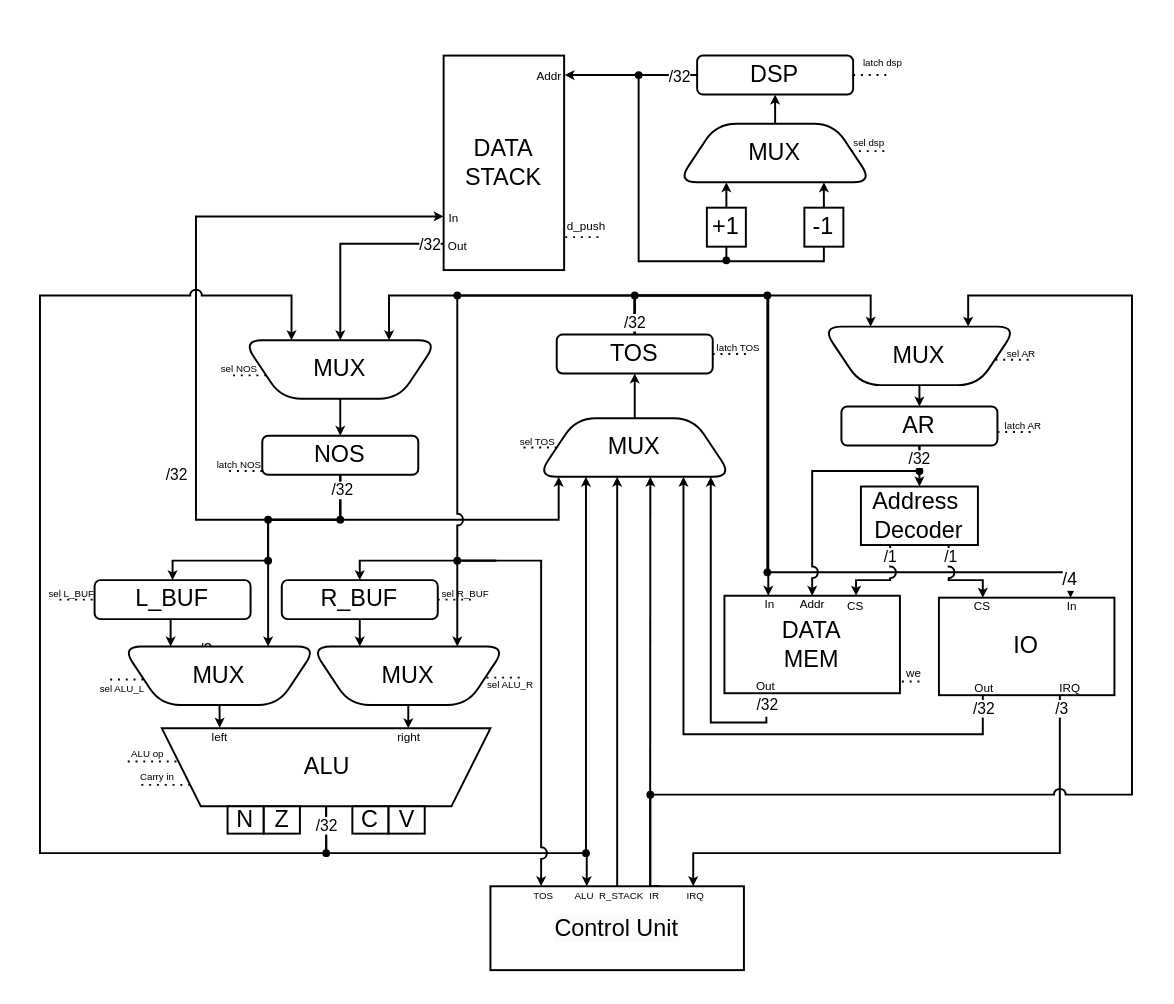
lysmux/csa-ak-4 keeps this draw.io diagram as page "DataPath" (2 of 2) of docs/scheme/scheme.drawio. Above is the earlier version. Source tidied: cells renumbered, new cells numbered last; positions are measured from the earlier drawing's top-left corner, leaving out a move shared by most shapes. Both pictures are drawn from the tidied source at 195%, with x=0, y=0 at pixel (39, 33).
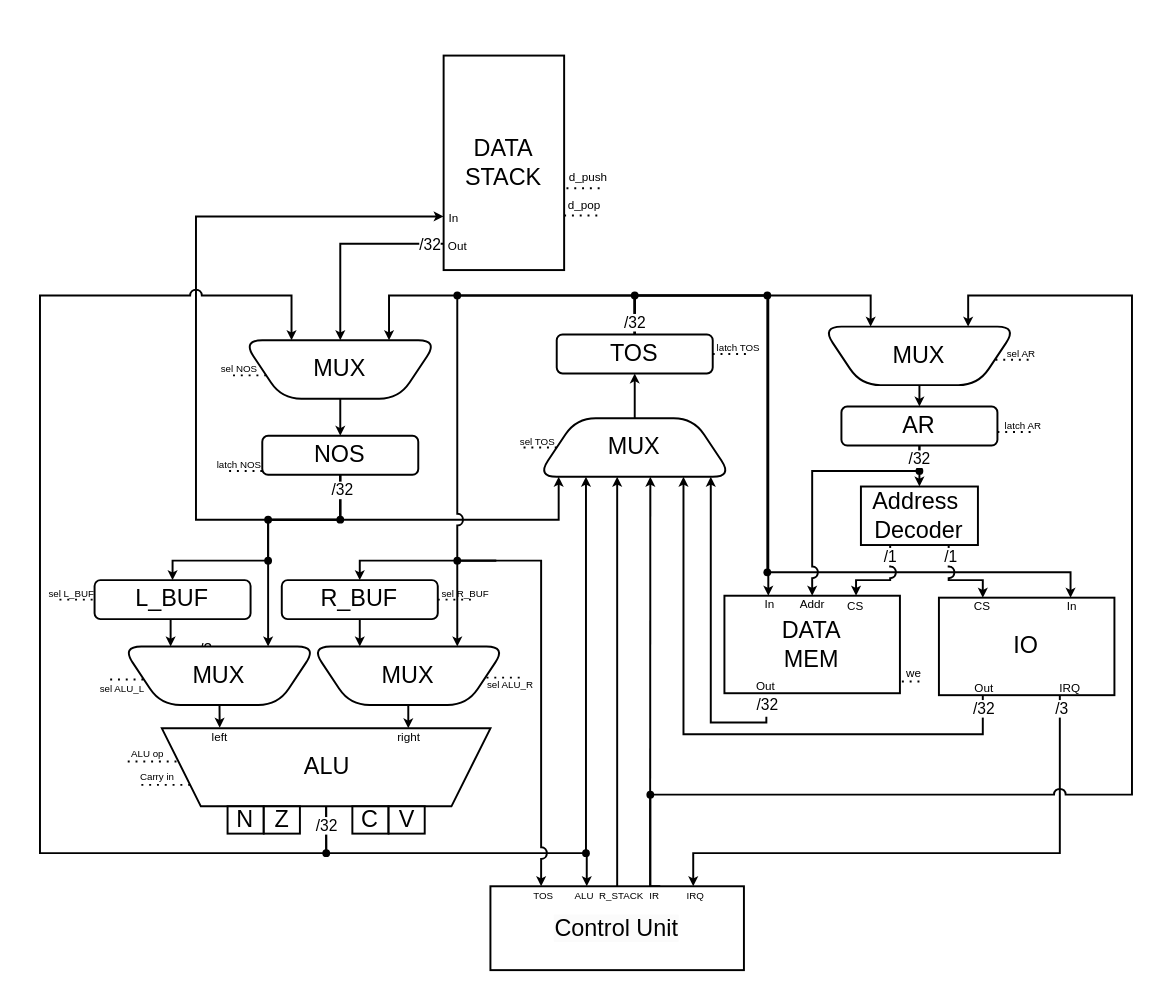
The same page after the edit.

The change refers to these unchanged cells:
```xml
<mxCell id="16" style="edgeStyle=orthogonalEdgeStyle;rounded=0;orthogonalLoop=1;jettySize=auto;html=1;exitX=0.5;exitY=0;exitDx=0;exitDy=0;entryX=1;entryY=0.75;entryDx=0;entryDy=0;endSize=2;" parent="1" edge="1">
  <mxGeometry relative="1" as="geometry">
    <mxPoint x="305" y="154" as="sourcePoint" />
    <mxPoint x="528.5" y="289" as="targetPoint" />
    <Array as="points">
      <mxPoint x="305" y="134" />
      <mxPoint x="373" y="134" />
      <mxPoint x="373" y="276" />
      <mxPoint x="528" y="276" />
      <mxPoint x="528" y="289" />
    </Array>
  </mxGeometry>
</mxCell>
<mxCell id="22" style="edgeStyle=orthogonalEdgeStyle;rounded=0;jettySize=auto;html=1;exitX=0.5;exitY=1;exitDx=0;exitDy=0;entryX=0.5;entryY=0;entryDx=0;entryDy=0;endSize=2;" parent="1" edge="1" source="88" target="99">
  <mxGeometry relative="1" as="geometry">
    <Array as="points">
      <mxPoint x="154" y="249" />
      <mxPoint x="117" y="249" />
      <mxPoint x="117" y="270" />
      <mxPoint x="68" y="270" />
    </Array>
  </mxGeometry>
</mxCell>
<mxCell id="38" value="DATA STACK" style="whiteSpace=wrap;html=1;" parent="1" vertex="1">
  <mxGeometry x="207" y="11" width="61.8" height="110" as="geometry" />
</mxCell>
```

What changed in the source:
```diff
@@
-    <mxCell id="2" value="DSP" style="rounded=1;whiteSpace=wrap;html=1;" parent="1" vertex="1">
-      <mxGeometry x="337" y="11" width="80" height="20" as="geometry" />
-    </mxCell>
-    <mxCell id="3" style="endArrow=none;html=1;rounded=0;exitX=1.004;exitY=0.091;exitDx=0;exitDy=0;exitPerimeter=0;entryX=0;entryY=0.5;entryDx=0;entryDy=0;startArrow=classic;startFill=1;endSize=5;startSize=2;" parent="1" edge="1" source="38" target="2">
-      <mxGeometry relative="1" as="geometry" />
-    </mxCell>
-    <mxCell id="4" value="MUX" style="shape=trapezoid;perimeter=trapezoidPerimeter;whiteSpace=wrap;html=1;fixedSize=1;direction=east;rounded=1;" parent="1" vertex="1">
-      <mxGeometry x="327" y="46" width="100" height="30" as="geometry" />
-    </mxCell>
-    <mxCell id="5" style="endArrow=classic;html=1;rounded=0;entryX=0.5;entryY=1;entryDx=0;entryDy=0;exitX=0.5;exitY=0;exitDx=0;exitDy=0;endFill=1;startSize=2;endSize=2;" parent="1" edge="1" source="4" target="2">
-      <mxGeometry relative="1" as="geometry" />
-    </mxCell>
-    <mxCell id="6" style="endArrow=classic;html=1;rounded=0;entryX=0.25;entryY=1;entryDx=0;entryDy=0;exitX=0.5;exitY=0;exitDx=0;exitDy=0;endFill=1;endSize=2;" parent="1" edge="1" source="7" target="4">
-      <mxGeometry relative="1" as="geometry" />
-    </mxCell>
-    <mxCell id="7" value="+1" style="rounded=0;whiteSpace=wrap;html=1;" parent="1" vertex="1">
-      <mxGeometry x="342" y="89" width="20" height="20" as="geometry" />
-    </mxCell>
-    <mxCell id="8" value="-1" style="rounded=0;whiteSpace=wrap;html=1;" parent="1" vertex="1">
-      <mxGeometry x="392" y="89" width="20" height="20" as="geometry" />
-    </mxCell>
-    <mxCell id="9" style="endArrow=classic;html=1;rounded=0;entryX=0.75;entryY=1;entryDx=0;entryDy=0;exitX=0.5;exitY=0;exitDx=0;exitDy=0;endFill=1;endSize=2;" parent="1" edge="1" source="8" target="4">
-      <mxGeometry relative="1" as="geometry" />
-    </mxCell>
-    <mxCell id="10" style="endArrow=none;html=1;rounded=0;" parent="1" edge="1">
-      <mxGeometry relative="1" as="geometry">
-        <mxPoint x="307" y="21" as="sourcePoint" />
-        <mxPoint x="307" y="117" as="targetPoint" />
-      </mxGeometry>
-    </mxCell>
-    <mxCell id="11" style="endArrow=none;html=1;rounded=0;entryX=0.5;entryY=1;entryDx=0;entryDy=0;" parent="1" edge="1" target="7">
-      <mxGeometry relative="1" as="geometry">
-        <mxPoint x="352" y="117" as="sourcePoint" />
-      </mxGeometry>
-    </mxCell>
-    <mxCell id="12" style="endArrow=none;html=1;rounded=0;entryX=0.5;entryY=1;entryDx=0;entryDy=0;" parent="1" edge="1" target="8">
-      <mxGeometry relative="1" as="geometry">
-        <mxPoint x="402" y="117" as="sourcePoint" />
-      </mxGeometry>
-    </mxCell>
-    <mxCell id="13" style="endArrow=none;html=1;rounded=0;" parent="1" edge="1">
-      <mxGeometry relative="1" as="geometry">
-        <mxPoint x="307" y="116.5" as="sourcePoint" />
-        <mxPoint x="402" y="116.5" as="targetPoint" />
-      </mxGeometry>
-    </mxCell>
@@
-    <mxCell id="17" value="/4" style="edgeLabel;html=1;align=center;verticalAlign=middle;fontSize=9;" parent="16" vertex="1">
-      <mxGeometry x="0.95" y="-1" relative="1" as="geometry" />
-    </mxCell>
@@
-    <mxCell id="23" value="/32" style="edgeLabel;html=1;align=center;verticalAlign=middle;fontSize=8;" parent="22" vertex="1">
-      <mxGeometry x="0.24" relative="1" as="geometry">
-        <mxPoint x="-42" y="-45" as="offset" />
-      </mxGeometry>
-    </mxCell>
@@
     <mxCell id="39" style="endArrow=none;dashed=1;html=1;dashPattern=1 3;strokeWidth=1;rounded=0;exitX=1;exitY=0.5;exitDx=0;exitDy=0;" parent="1" edge="1">
       <mxGeometry relative="1" as="geometry">
-        <mxPoint x="269.4" y="104.1" as="sourcePoint" />
-        <mxPoint x="287" y="104.1" as="targetPoint" />
+        <mxPoint x="270" y="79" as="sourcePoint" />
+        <mxPoint x="287.6" y="79" as="targetPoint" />
       </mxGeometry>
     </mxCell>
@@
-    <mxCell id="54" style="endArrow=none;dashed=1;html=1;dashPattern=1 3;strokeWidth=1;rounded=0;exitX=1;exitY=0.5;exitDx=0;exitDy=0;" parent="1" edge="1">
-      <mxGeometry relative="1" as="geometry">
-        <mxPoint x="417" y="21" as="sourcePoint" />
-        <mxPoint x="434.6" y="21" as="targetPoint" />
-      </mxGeometry>
-    </mxCell>
-    <mxCell id="55" value="&lt;span style=&quot;font-size: 5px;&quot;&gt;latch dsp&lt;/span&gt;" style="edgeLabel;html=1;align=center;verticalAlign=bottom;labelPosition=center;verticalLabelPosition=top;labelBackgroundColor=none;" parent="54" vertex="1">
-      <mxGeometry relative="1" as="geometry">
-        <mxPoint x="5" as="offset" />
-      </mxGeometry>
-    </mxCell>
@@
-    <mxCell id="76" style="endArrow=none;dashed=1;html=1;dashPattern=1 3;strokeWidth=1;rounded=0;exitX=1;exitY=0.5;exitDx=0;exitDy=0;" parent="1" edge="1">
-      <mxGeometry relative="1" as="geometry">
-        <mxPoint x="416" y="60" as="sourcePoint" />
-        <mxPoint x="433.6" y="60" as="targetPoint" />
-      </mxGeometry>
-    </mxCell>
-    <mxCell id="77" value="&lt;span style=&quot;font-size: 5px;&quot;&gt;sel dsp&lt;/span&gt;" style="edgeLabel;html=1;align=center;verticalAlign=bottom;labelPosition=center;verticalLabelPosition=top;labelBackgroundColor=none;" parent="76" vertex="1">
-      <mxGeometry relative="1" as="geometry">
-        <mxPoint x="-1" y="2" as="offset" />
-      </mxGeometry>
-    </mxCell>
@@
-    <mxCell id="82" value="&lt;font style=&quot;font-size: 6px;&quot;&gt;Addr&lt;/font&gt;" style="edgeLabel;html=1;align=center;verticalAlign=bottom;labelPosition=center;verticalLabelPosition=top;labelBackgroundColor=none;spacing=0;" parent="1" vertex="1">
-      <mxGeometry x="260" y="26" as="geometry" />
-    </mxCell>
@@
-    <mxCell id="89" value="/32" style="edgeLabel;html=1;align=center;verticalAlign=middle;fontSize=8;" parent="1" vertex="1">
-      <mxGeometry x="321" as="geometry">
-        <mxPoint x="6" y="21" as="offset" />
-      </mxGeometry>
-    </mxCell>
@@
-    <mxCell id="97" style="shape=waypoint;sketch=0;fillStyle=solid;size=6;fillColor=none;perimeter=centerPerimeter;strokeWidth=0;" parent="1" vertex="1">
-      <mxGeometry x="297" y="11" width="20" height="20" as="geometry" />
-    </mxCell>
@@
-    <mxCell id="143" style="shape=waypoint;sketch=0;fillStyle=solid;size=6;fillColor=none;perimeter=centerPerimeter;strokeWidth=0;" parent="1" vertex="1">
-      <mxGeometry x="342" y="106" width="20" height="20" as="geometry" />
-    </mxCell>
@@
+    <mxCell id="145" style="endArrow=none;dashed=1;html=1;dashPattern=1 3;strokeWidth=1;rounded=0;exitX=1;exitY=0.5;exitDx=0;exitDy=0;" parent="1" edge="1">
+      <mxGeometry relative="1" as="geometry">
+        <mxPoint x="268.8" y="93" as="sourcePoint" />
+        <mxPoint x="286.4" y="93" as="targetPoint" />
+      </mxGeometry>
+    </mxCell>
+    <mxCell id="146" value="&lt;span style=&quot;font-size: 6px;&quot;&gt;d_pop&lt;/span&gt;" style="edgeLabel;html=1;align=center;verticalAlign=bottom;labelPosition=center;verticalLabelPosition=top;labelBackgroundColor=none;" parent="145" vertex="1">
+      <mxGeometry relative="1" as="geometry">
+        <mxPoint x="1" y="1" as="offset" />
+      </mxGeometry>
+    </mxCell>
```
